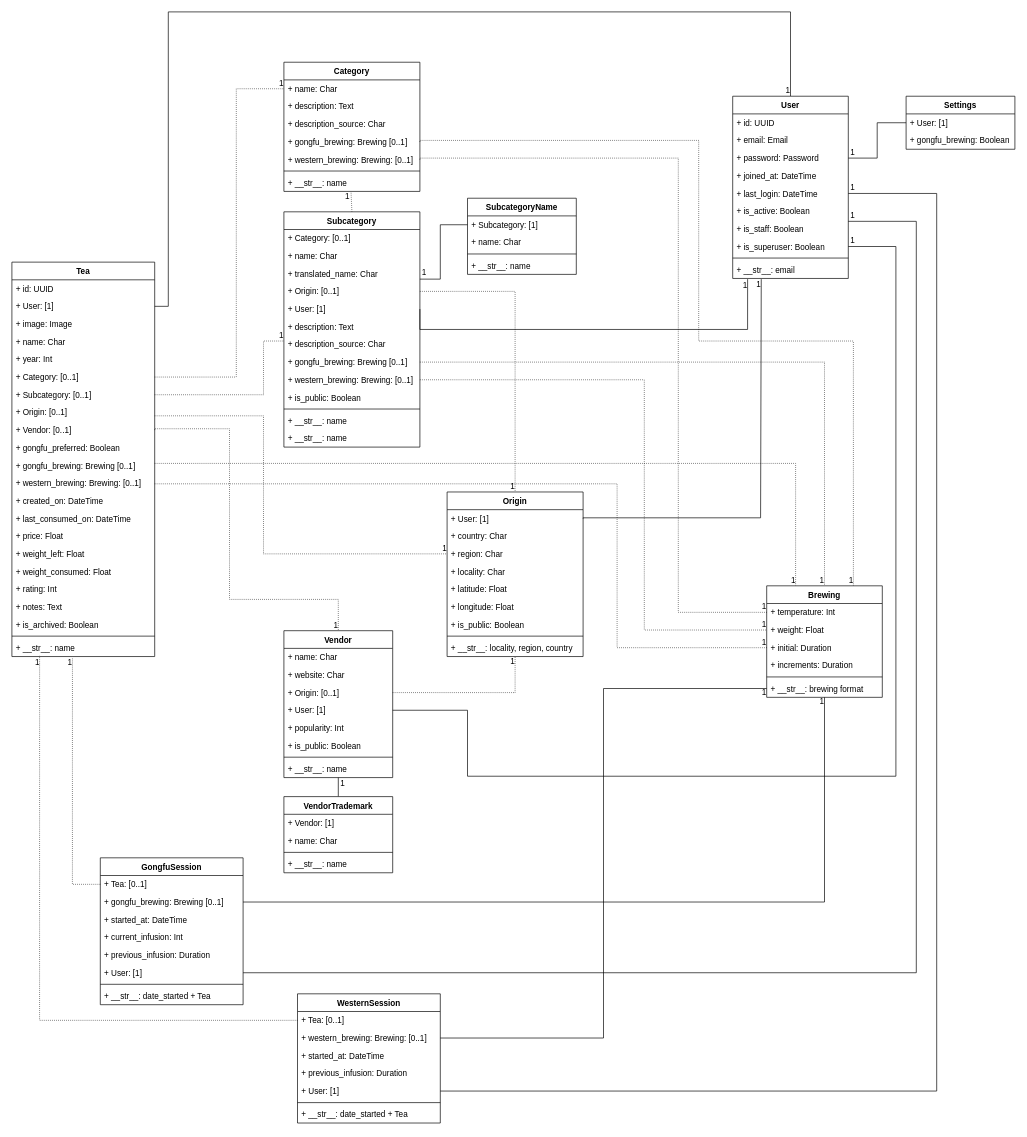
This is tea-shelf.drawio from gopicci/tea-shelf, a draw.io file, before an edit. Source tidied: cells renumbered, new cells numbered last; positions are measured from the earlier drawing's top-left corner, leaving out a move shared by most shapes. Both pictures are drawn from the tidied source at 68%, with x=0, y=0 at pixel (12, 12).
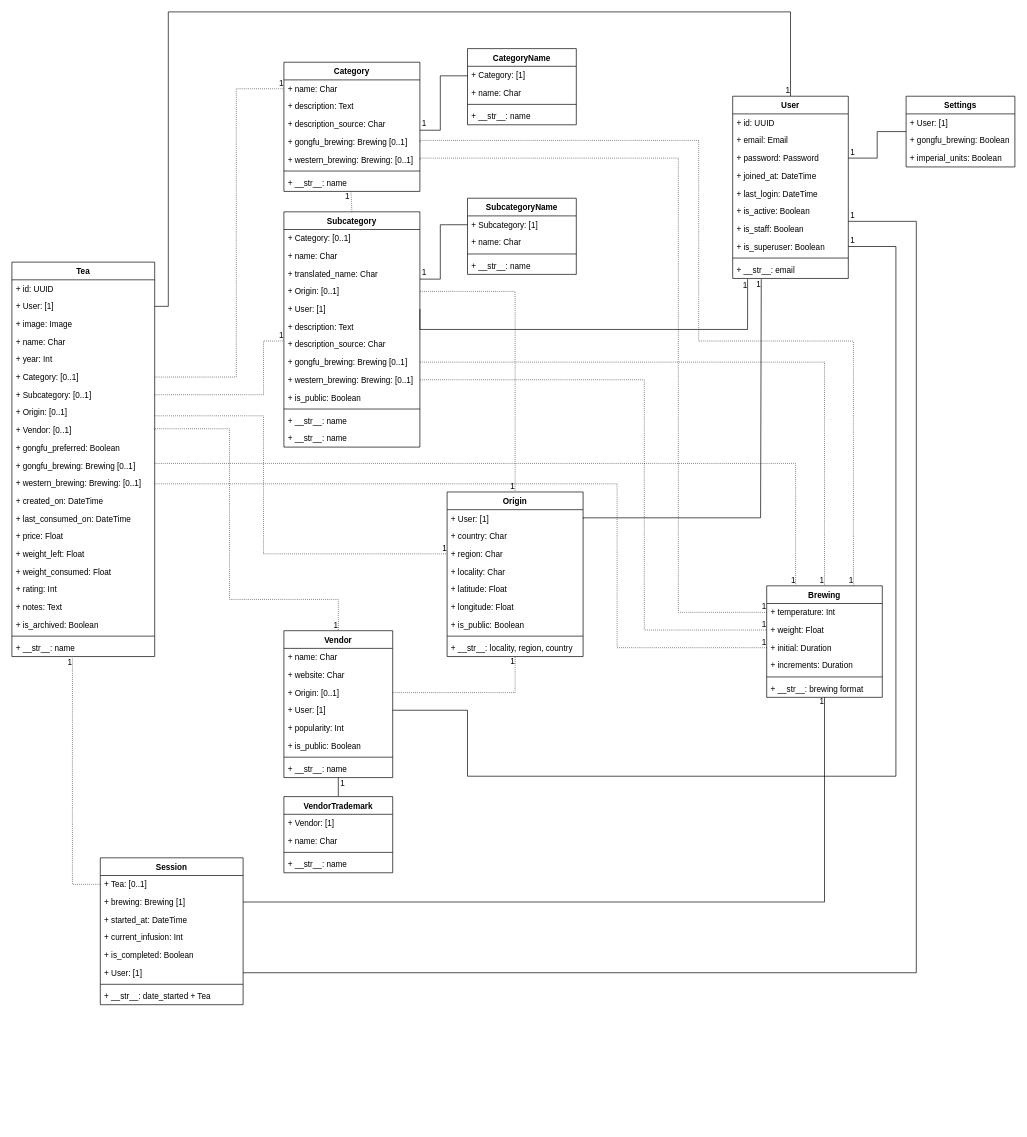
Above is the later version.

Commit message:
Session diagram update

The change refers to these unchanged cells:
```xml
<mxCell id="51" value="+ __str__: brewing format" style="text;strokeColor=none;fillColor=none;align=left;verticalAlign=top;spacingLeft=4;spacingRight=4;overflow=hidden;points=[[0,0.5],[1,0.5]];portConstraint=eastwest;" parent="45" vertex="1">
  <mxGeometry y="138" width="170" height="26" as="geometry" />
</mxCell>
<mxCell id="57" value="+ last_login: DateTime" style="text;strokeColor=none;fillColor=none;align=left;verticalAlign=top;spacingLeft=4;spacingRight=4;overflow=hidden;points=[[0,0.5],[1,0.5]];portConstraint=eastwest;" parent="52" vertex="1">
  <mxGeometry y="130" width="170" height="26" as="geometry" />
</mxCell>
<mxCell id="144" value="+ __str__: name" style="text;strokeColor=none;fillColor=none;align=left;verticalAlign=top;spacingLeft=4;spacingRight=4;overflow=hidden;points=[[0,0.5],[1,0.5]];portConstraint=eastwest;" parent="122" vertex="1">
  <mxGeometry y="554" width="210" height="26" as="geometry" />
</mxCell>
```

Diff of the diagram source:
```diff
@@
     <mxCell id="22" value="Settings" style="swimlane;fontStyle=1;align=center;verticalAlign=top;horizontal=1;startSize=26;" parent="1" vertex="1">
-      <mxGeometry x="1315" y="124" width="160" height="78" as="geometry" />
+      <mxGeometry x="1315" y="124" width="160" height="104" as="geometry" />
     </mxCell>
@@
+    <mxCell id="166" value="+ imperial_units: Boolean" style="text;strokeColor=none;fillColor=none;align=left;verticalAlign=top;spacingLeft=4;spacingRight=4;overflow=hidden;" parent="22" vertex="1">
+      <mxGeometry y="78" width="160" height="26" as="geometry" />
+    </mxCell>
@@
-    <mxCell id="33" style="endArrow=none;html=1;rounded=0;edgeStyle=orthogonalEdgeStyle;entryX=1;entryY=0.5;entryDx=0;entryDy=0;exitX=1;exitY=0.5;exitDx=0;exitDy=0;" parent="1" edge="1" source="76" target="57">
-      <mxGeometry relative="1" as="geometry">
-        <Array as="points">
-          <mxPoint x="1360" y="1587" />
-          <mxPoint x="1360" y="267" />
-        </Array>
-      </mxGeometry>
-    </mxCell>
-    <mxCell id="34" value="1" style="html=1;align=right;verticalAlign=bottom;" parent="33" vertex="1">
-      <mxGeometry x="1" relative="1" as="geometry">
-        <mxPoint x="10" as="offset" />
-      </mxGeometry>
-    </mxCell>
-    <mxCell id="35" style="endArrow=none;html=1;rounded=0;edgeStyle=orthogonalEdgeStyle;entryX=0;entryY=0.5;entryDx=0;entryDy=0;" parent="1" edge="1" source="73" target="51">
-      <mxGeometry relative="1" as="geometry" />
-    </mxCell>
-    <mxCell id="36" value="1" style="html=1;align=right;verticalAlign=bottom;" parent="35" vertex="1">
-      <mxGeometry x="1" relative="1" as="geometry">
-        <mxPoint y="14" as="offset" />
-      </mxGeometry>
-    </mxCell>
-    <mxCell id="37" style="endArrow=none;html=1;rounded=0;dashed=1;dashPattern=1 2;edgeStyle=orthogonalEdgeStyle;entryX=0.194;entryY=0.962;entryDx=0;entryDy=0;entryPerimeter=0;" parent="1" edge="1" source="72" target="144">
-      <mxGeometry relative="1" as="geometry" />
-    </mxCell>
-    <mxCell id="38" value="1" style="html=1;align=right;verticalAlign=bottom;" parent="37" vertex="1">
-      <mxGeometry x="1" relative="1" as="geometry">
-        <mxPoint y="18" as="offset" />
-      </mxGeometry>
-    </mxCell>
@@
-    <mxCell id="71" value="WesternSession" style="swimlane;fontStyle=1;align=center;verticalAlign=top;horizontal=1;startSize=26;" parent="1" vertex="1">
-      <mxGeometry x="420" y="1444" width="210" height="190" as="geometry" />
-    </mxCell>
-    <mxCell id="72" value="+ Tea: [0..1]" style="text;strokeColor=none;fillColor=none;align=left;verticalAlign=top;spacingLeft=4;spacingRight=4;overflow=hidden;points=[[0,0.5],[1,0.5]];portConstraint=eastwest;" parent="71" vertex="1">
-      <mxGeometry y="26" width="210" height="26" as="geometry" />
-    </mxCell>
-    <mxCell id="73" value="+ western_brewing: Brewing: [0..1]" style="text;strokeColor=none;fillColor=none;align=left;verticalAlign=top;spacingLeft=4;spacingRight=4;overflow=hidden;points=[[0,0.5],[1,0.5]];portConstraint=eastwest;" parent="71" vertex="1">
-      <mxGeometry y="52" width="210" height="26" as="geometry" />
-    </mxCell>
-    <mxCell id="74" value="+ started_at: DateTime" style="text;strokeColor=none;fillColor=none;align=left;verticalAlign=top;spacingLeft=4;spacingRight=4;overflow=hidden;" parent="71" vertex="1">
-      <mxGeometry y="78" width="210" height="26" as="geometry" />
-    </mxCell>
-    <mxCell id="75" value="+ previous_infusion: Duration" style="text;strokeColor=none;fillColor=none;align=left;verticalAlign=top;spacingLeft=4;spacingRight=4;overflow=hidden;" parent="71" vertex="1">
-      <mxGeometry y="104" width="210" height="26" as="geometry" />
-    </mxCell>
-    <mxCell id="76" value="+ User: [1]" style="text;strokeColor=none;fillColor=none;align=left;verticalAlign=top;spacingLeft=4;spacingRight=4;overflow=hidden;points=[[0,0.5],[1,0.5]];portConstraint=eastwest;" parent="71" vertex="1">
-      <mxGeometry y="130" width="210" height="26" as="geometry" />
-    </mxCell>
-    <mxCell id="77" style="line;strokeWidth=1;fillColor=none;align=left;verticalAlign=middle;spacingTop=-1;spacingLeft=3;spacingRight=3;labelPosition=right;" parent="71" vertex="1">
-      <mxGeometry y="156" width="210" height="8" as="geometry" />
-    </mxCell>
-    <mxCell id="78" value="+ __str__: date_started + Tea" style="text;strokeColor=none;fillColor=none;align=left;verticalAlign=top;spacingLeft=4;spacingRight=4;overflow=hidden;" parent="71" vertex="1">
-      <mxGeometry y="164" width="210" height="26" as="geometry" />
-    </mxCell>
+    <mxCell id="167" value="CategoryName&#10;" style="swimlane;fontStyle=1;align=center;verticalAlign=top;horizontal=1;startSize=26;" parent="1" vertex="1">
+      <mxGeometry x="670" y="54" width="160" height="112" as="geometry" />
+    </mxCell>
+    <mxCell id="168" value="+ Category: [1]" style="text;strokeColor=none;fillColor=none;align=left;verticalAlign=top;spacingLeft=4;spacingRight=4;overflow=hidden;" parent="167" vertex="1">
+      <mxGeometry y="26" width="160" height="26" as="geometry" />
+    </mxCell>
+    <mxCell id="169" value="+ name: Char" style="text;strokeColor=none;fillColor=none;align=left;verticalAlign=top;spacingLeft=4;spacingRight=4;overflow=hidden;" parent="167" vertex="1">
+      <mxGeometry y="52" width="160" height="26" as="geometry" />
+    </mxCell>
+    <mxCell id="170" style="line;strokeWidth=1;fillColor=none;align=left;verticalAlign=middle;spacingTop=-1;spacingLeft=3;spacingRight=3;labelPosition=right;" parent="167" vertex="1">
+      <mxGeometry y="78" width="160" height="8" as="geometry" />
+    </mxCell>
+    <mxCell id="171" value="+ __str__: name" style="text;strokeColor=none;fillColor=none;align=left;verticalAlign=top;spacingLeft=4;spacingRight=4;overflow=hidden;" parent="167" vertex="1">
+      <mxGeometry y="86" width="160" height="26" as="geometry" />
+    </mxCell>
-    <mxCell id="79" value="GongfuSession" style="swimlane;fontStyle=1;align=center;verticalAlign=top;horizontal=1;startSize=26;" parent="1" vertex="1">
+    <mxCell id="79" value="Session" style="swimlane;fontStyle=1;align=center;verticalAlign=top;horizontal=1;startSize=26;" parent="1" vertex="1">
       <mxGeometry x="130" y="1244" width="210" height="216" as="geometry" />
     </mxCell>
@@
-    <mxCell id="81" value="+ gongfu_brewing: Brewing [0..1]" style="text;strokeColor=none;fillColor=none;align=left;verticalAlign=top;spacingLeft=4;spacingRight=4;overflow=hidden;points=[[0,0.5],[1,0.5]];portConstraint=eastwest;" parent="79" vertex="1">
+    <mxCell id="81" value="+ brewing: Brewing [1]" style="text;strokeColor=none;fillColor=none;align=left;verticalAlign=top;spacingLeft=4;spacingRight=4;overflow=hidden;points=[[0,0.5],[1,0.5]];portConstraint=eastwest;" parent="79" vertex="1">
       <mxGeometry y="52" width="210" height="26" as="geometry" />
     </mxCell>
@@
-    <mxCell id="84" value="+ previous_infusion: Duration" style="text;strokeColor=none;fillColor=none;align=left;verticalAlign=top;spacingLeft=4;spacingRight=4;overflow=hidden;" parent="79" vertex="1">
-      <mxGeometry y="130" width="210" height="26" as="geometry" />
-    </mxCell>
+    <mxCell id="172" value="+ is_completed: Boolean" style="text;strokeColor=none;fillColor=none;align=left;verticalAlign=top;spacingLeft=4;spacingRight=4;overflow=hidden;" parent="79" vertex="1">
+      <mxGeometry y="130" width="210" height="26" as="geometry" />
+    </mxCell>
@@
+    <mxCell id="173" style="endArrow=none;html=1;rounded=0;edgeStyle=orthogonalEdgeStyle;exitX=0;exitY=0.5;exitDx=0;exitDy=0;" parent="1" edge="1">
+      <mxGeometry relative="1" as="geometry">
+        <mxPoint x="670" y="94" as="sourcePoint" />
+        <mxPoint x="600" y="174" as="targetPoint" />
+        <Array as="points">
+          <mxPoint x="630" y="94" />
+          <mxPoint x="630" y="174" />
+        </Array>
+      </mxGeometry>
+    </mxCell>
+    <mxCell id="174" value="1" style="html=1;align=right;verticalAlign=bottom;" parent="173" vertex="1">
+      <mxGeometry x="1" relative="1" as="geometry">
+        <mxPoint x="10" y="-1" as="offset" />
+      </mxGeometry>
+    </mxCell>
```
